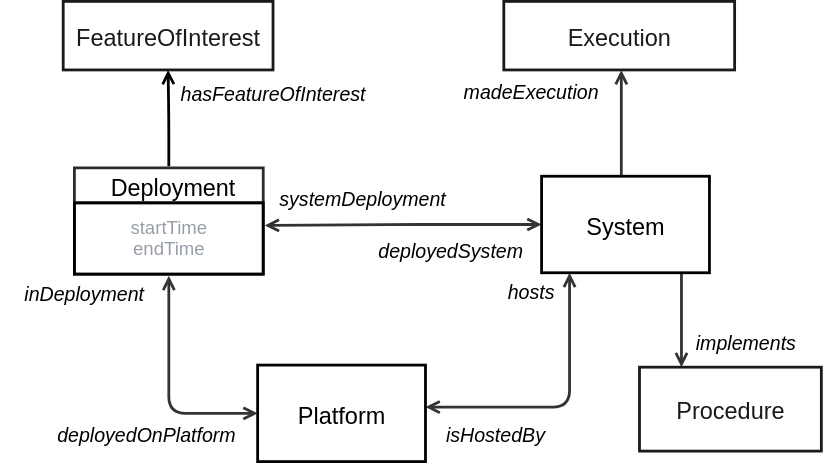
Above: ssn/images/Deployment-overview.svg in w3c/sdw-sosa-ssn (draw.io), before the change. Source tidied: cells renumbered, new cells last; positions are measured from the earlier drawing's top-left corner, leaving out a move shared by most shapes.
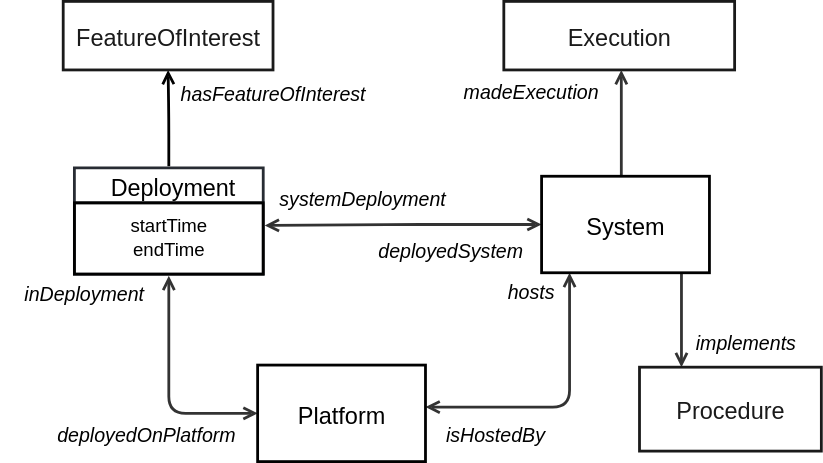
After the change.

What changed in the source:
```diff
@@ -69,7 +69,7 @@
     <mxCell id="18" value="Deployment" style="html=1;overflow=block;blockSpacing=1;swimlane;horizontal=1;fontStyle=0;swimlaneFillColor=none;startSize=25;whiteSpace=wrap;fontSize=16.7;align=center;spacing=0;strokeColor=#282c33;strokeOpacity=100;fillOpacity=100;fillColor=none;strokeWidth=2;spacingLeft=6;convertToSvg=1;fontColor=default;" parent="1" vertex="1">
       <mxGeometry x="53" y="119" width="135" height="76" as="geometry" />
     </mxCell>
-    <mxCell id="19" value="&lt;div style=&quot;display: flex; justify-content: center; text-align: center; align-items: baseline; font-size: 0; line-height: 1.25;margin-top: -2px;&quot;&gt;&lt;span&gt;&lt;span style=&quot;font-size: 13.3px;&quot;&gt;&lt;font color=&quot;#979ea8&quot;&gt;startTime&lt;br&gt;&lt;/font&gt;&lt;/span&gt;&lt;/span&gt;&lt;/div&gt;&lt;div style=&quot;display: flex; justify-content: center; text-align: center; align-items: baseline; font-size: 0; line-height: 1.25;margin-top: -2px;&quot;&gt;&lt;span&gt;&lt;span style=&quot;font-size: 13.3px;&quot;&gt;&lt;font color=&quot;#979ea8&quot;&gt;endTime&lt;/font&gt;&lt;/span&gt;&lt;/span&gt;&lt;/div&gt;" style="html=1;verticalAlign=middle;spacingLeft=4;spacingRight=4;overflow=hidden;swimlaneFillColor=#ffffff;strokeOpacity=100;fillOpacity=100;whiteSpace=wrap;fontSize=13.3;align=center;fillColor=none;strokeWidth=2;convertToSvg=1;fontColor=default;" parent="18" vertex="1">
+    <mxCell id="19" value="&lt;div style=&quot;display: flex; justify-content: center; text-align: center; align-items: baseline; font-size: 0; line-height: 1.25;margin-top: -2px;&quot;&gt;&lt;span&gt;&lt;font style=&quot;color: rgb(0, 0, 0);&quot;&gt;&lt;span style=&quot;font-size: 13.3px;&quot;&gt;&lt;font style=&quot;&quot;&gt;startTime&lt;br&gt;&lt;/font&gt;&lt;/span&gt;&lt;span style=&quot;font-size: 13.3px; background-color: transparent;&quot;&gt;endTime&lt;/span&gt;&lt;/font&gt;&lt;/span&gt;&lt;/div&gt;" style="html=1;verticalAlign=middle;spacingLeft=4;spacingRight=4;overflow=hidden;swimlaneFillColor=#ffffff;strokeOpacity=100;fillOpacity=100;whiteSpace=wrap;fontSize=13.3;align=center;fillColor=none;strokeWidth=2;convertToSvg=1;fontColor=default;" parent="18" vertex="1">
       <mxGeometry y="25" width="135" height="51" as="geometry" />
     </mxCell>
     <mxCell id="20" value="FeatureOfInterest" style="html=1;overflow=block;blockSpacing=1;whiteSpace=wrap;fontSize=16.8;align=center;spacing=0;strokeColor=#1A1A1A;strokeOpacity=100;fillColor=none;strokeWidth=2;convertToSvg=1;fontColor=#1A1A1A;" parent="1" vertex="1">
```
